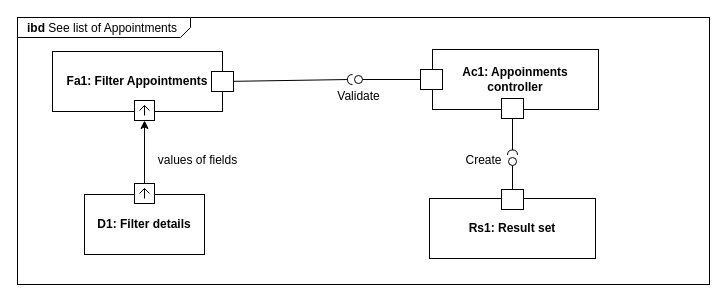
The draw.io diagram Diagrams/Development/IBD 11 - See Appointments.drawio in RafaelCMira/myclinic-msp-project, before the edit. Source tidied: cells renumbered, new cells numbered last; positions are measured from the earlier drawing's top-left corner, leaving out a move shared by most shapes. Both pictures are drawn from the tidied source at 100%, with x=0, y=0 at pixel (17, 17).
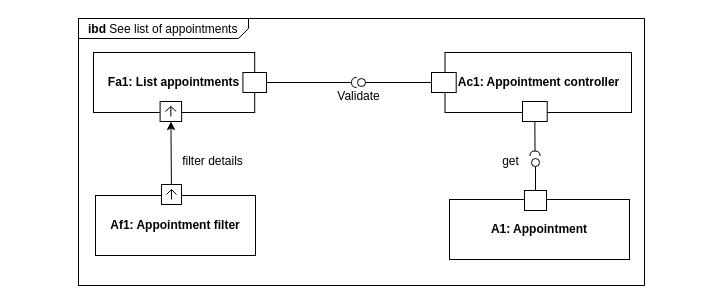
After the change.

The edit, as a diff of the source:
```diff
@@
-    <mxCell id="2" value="&lt;p style=&quot;margin:0px;margin-top:4px;margin-left:10px;text-align:left;&quot;&gt;&lt;b&gt;ibd&lt;/b&gt;&amp;nbsp;See list of Appointments&lt;/p&gt;" style="html=1;shape=mxgraph.sysml.package;labelX=173;align=left;spacingLeft=10;html=1;overflow=fill;whiteSpace=wrap;" parent="1" vertex="1">
-      <mxGeometry width="692" height="267" as="geometry" />
-    </mxCell>
-    <mxCell id="3" style="rounded=0;jettySize=auto;html=1;" parent="1" edge="1" source="6" target="20">
-      <mxGeometry relative="1" as="geometry" />
-    </mxCell>
-    <mxCell id="4" style="group;" parent="1" vertex="1">
-      <mxGeometry x="67" y="166" width="120" height="71" as="geometry" />
-    </mxCell>
-    <mxCell id="5" value="&lt;b&gt;D1: Filter details&lt;/b&gt;" style="rounded=0;whiteSpace=wrap;html=1;fillColor=none;" parent="4" vertex="1">
-      <mxGeometry y="11" width="120" height="60" as="geometry" />
-    </mxCell>
+    <mxCell id="29" value="&lt;p style=&quot;margin:0px;margin-top:4px;margin-left:10px;text-align:left;&quot;&gt;&lt;b&gt;ibd&lt;/b&gt;&amp;nbsp;See list of appointments&lt;/p&gt;" style="html=1;shape=mxgraph.sysml.package;labelX=170.57;align=left;spacingLeft=10;html=1;overflow=fill;whiteSpace=wrap;" parent="1" vertex="1">
+      <mxGeometry x="61" y="1" width="566" height="267" as="geometry" />
+    </mxCell>
+    <mxCell id="30" style="rounded=0;jettySize=auto;html=1;" parent="1" edge="1" source="6" target="43">
+      <mxGeometry relative="1" as="geometry" />
+    </mxCell>
+    <mxCell id="31" style="group;" parent="1" vertex="1">
+      <mxGeometry x="94" y="167" width="144" height="71" as="geometry" />
+    </mxCell>
+    <mxCell id="32" value="&lt;b&gt;Af1: Appointment filter&lt;/b&gt;" style="rounded=0;whiteSpace=wrap;html=1;fillColor=none;" parent="31" vertex="1">
+      <mxGeometry x="-16" y="11" width="160" height="60" as="geometry" />
+    </mxCell>
-    <mxCell id="6" style="html=1;shape=mxgraph.sysml.port;sysMLPortType=flowN;" parent="4" vertex="1">
+    <mxCell id="6" style="html=1;shape=mxgraph.sysml.port;sysMLPortType=flowN;" parent="31" vertex="1">
       <mxGeometry x="50" width="20" height="20" as="geometry" />
     </mxCell>
-    <mxCell id="7" value="values of fields" style="text;html=1;align=center;verticalAlign=middle;strokeColor=none;fillColor=none;" parent="1" vertex="1">
-      <mxGeometry x="130" y="128" width="100" height="30" as="geometry" />
-    </mxCell>
-    <mxCell id="8" style="endArrow=none;html=1;rounded=0;align=center;verticalAlign=top;endFill=0;labelBackgroundColor=none;endSize=2;" parent="1" edge="1" source="24" target="9">
-      <mxGeometry relative="1" as="geometry" />
-    </mxCell>
-    <mxCell id="9" style="ellipse;html=1;fontSize=11;align=center;fillColor=none;points=[];verticalAlign=bottom;labelPosition=center;verticalLabelPosition=top;flipH=1;" parent="1" vertex="1">
-      <mxGeometry x="337" y="58" width="8" height="8" as="geometry" />
-    </mxCell>
-    <mxCell id="10" style="endArrow=none;html=1;rounded=0;align=center;verticalAlign=top;endFill=0;labelBackgroundColor=none;endSize=2;" parent="1" edge="1" source="21" target="11">
-      <mxGeometry relative="1" as="geometry" />
-    </mxCell>
-    <mxCell id="11" style="shape=requiredInterface;html=1;fontSize=11;align=center;fillColor=none;points=[];verticalAlign=bottom;labelPosition=center;verticalLabelPosition=top;flipH=1;rotation=0;" parent="1" vertex="1">
-      <mxGeometry x="330" y="57" width="5" height="10" as="geometry" />
-    </mxCell>
+    <mxCell id="33" value="filter details" style="text;html=1;align=center;verticalAlign=middle;strokeColor=none;fillColor=none;" parent="1" vertex="1">
+      <mxGeometry x="155" y="131" width="79" height="26" as="geometry" />
+    </mxCell>
+    <mxCell id="34" style="endArrow=none;html=1;rounded=0;align=center;verticalAlign=top;endFill=0;labelBackgroundColor=none;endSize=2;" parent="1" edge="1" source="47" target="35">
+      <mxGeometry relative="1" as="geometry" />
+    </mxCell>
+    <mxCell id="35" style="ellipse;html=1;fontSize=11;align=center;fillColor=none;points=[];verticalAlign=bottom;labelPosition=center;verticalLabelPosition=top;flipH=1;" parent="1" vertex="1">
+      <mxGeometry x="340" y="61" width="8" height="8" as="geometry" />
+    </mxCell>
+    <mxCell id="36" style="endArrow=none;html=1;rounded=0;align=center;verticalAlign=top;endFill=0;labelBackgroundColor=none;endSize=2;" parent="1" edge="1" source="44" target="37">
+      <mxGeometry relative="1" as="geometry" />
+    </mxCell>
+    <mxCell id="37" style="shape=requiredInterface;html=1;fontSize=11;align=center;fillColor=none;points=[];verticalAlign=bottom;labelPosition=center;verticalLabelPosition=top;flipH=1;rotation=0;" parent="1" vertex="1">
+      <mxGeometry x="334" y="60" width="5" height="10" as="geometry" />
+    </mxCell>
@@
-    <mxCell id="13" style="endArrow=none;html=1;rounded=0;align=center;verticalAlign=top;endFill=0;labelBackgroundColor=none;endSize=2;" parent="1" edge="1" source="28" target="14">
-      <mxGeometry relative="1" as="geometry" />
-    </mxCell>
-    <mxCell id="14" style="ellipse;html=1;fontSize=11;align=center;fillColor=none;points=[];verticalAlign=bottom;labelPosition=center;verticalLabelPosition=top;flipH=1;" parent="1" vertex="1">
-      <mxGeometry x="491" y="140" width="8" height="8" as="geometry" />
-    </mxCell>
-    <mxCell id="15" style="endArrow=none;html=1;rounded=0;align=center;verticalAlign=top;endFill=0;labelBackgroundColor=none;endSize=2;" parent="1" edge="1" source="25" target="16">
-      <mxGeometry relative="1" as="geometry" />
-    </mxCell>
-    <mxCell id="16" style="shape=requiredInterface;html=1;fontSize=11;align=center;fillColor=none;points=[];verticalAlign=bottom;labelPosition=center;verticalLabelPosition=top;flipH=1;rotation=90;" parent="1" vertex="1">
-      <mxGeometry x="492.5" y="130" width="5" height="10" as="geometry" />
-    </mxCell>
-    <mxCell id="17" value="Create" style="text;html=1;align=center;verticalAlign=middle;strokeColor=none;fillColor=none;" parent="1" vertex="1">
-      <mxGeometry x="438.5" y="130" width="54" height="26" as="geometry" />
-    </mxCell>
-    <mxCell id="18" style="group;" parent="1" vertex="1">
-      <mxGeometry x="55" y="34" width="161" height="69" as="geometry" />
-    </mxCell>
-    <mxCell id="19" value="&lt;b&gt;Fa1: Filter Appointments&lt;/b&gt;" style="rounded=0;whiteSpace=wrap;html=1;fillColor=none;" parent="18" vertex="1">
-      <mxGeometry x="-20" width="170" height="60" as="geometry" />
-    </mxCell>
-    <mxCell id="20" style="html=1;shape=mxgraph.sysml.port;sysMLPortType=flowN;" parent="18" vertex="1">
-      <mxGeometry x="62" y="49" width="20" height="20" as="geometry" />
-    </mxCell>
-    <mxCell id="21" style="html=1;rounded=0;" parent="18" vertex="1">
-      <mxGeometry x="139" y="20" width="22" height="20" as="geometry" />
-    </mxCell>
-    <mxCell id="22" style="group;" parent="1" vertex="1">
-      <mxGeometry x="403" y="32" width="178" height="69" as="geometry" />
-    </mxCell>
-    <mxCell id="23" value="&lt;b&gt;Ac1: Appoinments controller&lt;/b&gt;" style="rounded=0;whiteSpace=wrap;html=1;fillColor=none;" parent="22" vertex="1">
-      <mxGeometry x="12" width="166" height="60" as="geometry" />
-    </mxCell>
-    <mxCell id="24" style="html=1;rounded=0;fillColor=default;" parent="22" vertex="1">
-      <mxGeometry y="20" width="22" height="20" as="geometry" />
-    </mxCell>
-    <mxCell id="25" style="html=1;rounded=0;" parent="22" vertex="1">
-      <mxGeometry x="81" y="49" width="22" height="20" as="geometry" />
-    </mxCell>
-    <mxCell id="26" style="group;" parent="1" vertex="1">
-      <mxGeometry x="412" y="172" width="166" height="69" as="geometry" />
-    </mxCell>
-    <mxCell id="27" value="&lt;b&gt;Rs1: Result set&lt;/b&gt;" style="rounded=0;whiteSpace=wrap;html=1;fillColor=none;" parent="26" vertex="1">
-      <mxGeometry y="9" width="166" height="60" as="geometry" />
-    </mxCell>
-    <mxCell id="28" style="html=1;rounded=0;fillColor=default;" parent="26" vertex="1">
-      <mxGeometry x="72" width="22" height="20" as="geometry" />
-    </mxCell>
+    <mxCell id="38" style="endArrow=none;html=1;rounded=0;align=center;verticalAlign=top;endFill=0;labelBackgroundColor=none;endSize=2;" parent="1" edge="1" source="48" target="39">
+      <mxGeometry relative="1" as="geometry" />
+    </mxCell>
+    <mxCell id="39" style="shape=requiredInterface;html=1;fontSize=11;align=center;fillColor=none;points=[];verticalAlign=bottom;labelPosition=center;verticalLabelPosition=top;flipH=1;rotation=90;" parent="1" vertex="1">
+      <mxGeometry x="515" y="131" width="5" height="10" as="geometry" />
+    </mxCell>
+    <mxCell id="40" value="get" style="text;html=1;align=center;verticalAlign=middle;strokeColor=none;fillColor=none;" parent="1" vertex="1">
+      <mxGeometry x="475.5" y="131" width="35" height="26" as="geometry" />
+    </mxCell>
+    <mxCell id="41" style="group;" parent="1" vertex="1">
+      <mxGeometry x="76" y="35" width="173" height="69" as="geometry" />
+    </mxCell>
+    <mxCell id="42" value="&lt;b&gt;Fa1: List appointments&lt;/b&gt;" style="rounded=0;whiteSpace=wrap;html=1;fillColor=none;" parent="41" vertex="1">
+      <mxGeometry width="161.2" height="60" as="geometry" />
+    </mxCell>
+    <mxCell id="43" style="html=1;shape=mxgraph.sysml.port;sysMLPortType=flowN;" parent="41" vertex="1">
+      <mxGeometry x="66.6" y="49" width="21.5" height="20" as="geometry" />
+    </mxCell>
+    <mxCell id="44" style="html=1;rounded=0;" parent="41" vertex="1">
+      <mxGeometry x="149.4" y="20" width="23.6" height="20" as="geometry" />
+    </mxCell>
+    <mxCell id="45" style="group;" parent="1" vertex="1">
+      <mxGeometry x="414" y="35" width="200" height="69" as="geometry" />
+    </mxCell>
+    <mxCell id="46" value="&lt;b&gt;Ac1: Appointment controller&lt;/b&gt;" style="rounded=0;whiteSpace=wrap;html=1;fillColor=none;" parent="45" vertex="1">
+      <mxGeometry x="13.5" width="186.5" height="60" as="geometry" />
+    </mxCell>
+    <mxCell id="47" style="html=1;rounded=0;fillColor=default;" parent="45" vertex="1">
+      <mxGeometry y="20" width="24.7" height="20" as="geometry" />
+    </mxCell>
+    <mxCell id="48" style="html=1;rounded=0;" parent="45" vertex="1">
+      <mxGeometry x="91" y="49" width="24.7" height="20" as="geometry" />
+    </mxCell>
+    <mxCell id="49" style="group;" parent="1" vertex="1">
+      <mxGeometry x="439" y="173" width="173" height="69" as="geometry" />
+    </mxCell>
+    <mxCell id="50" value="&lt;b&gt;A1: Appointment&lt;/b&gt;" style="rounded=0;whiteSpace=wrap;html=1;fillColor=none;" parent="49" vertex="1">
+      <mxGeometry x="-7" y="9" width="180" height="60" as="geometry" />
+    </mxCell>
+    <mxCell id="51" style="endArrow=none;html=1;rounded=0;align=center;verticalAlign=top;endFill=0;labelBackgroundColor=none;endSize=2;" parent="49" edge="1" source="53" target="52">
+      <mxGeometry relative="1" as="geometry" />
+    </mxCell>
+    <mxCell id="52" style="ellipse;html=1;fontSize=11;align=center;fillColor=none;points=[];verticalAlign=bottom;labelPosition=center;verticalLabelPosition=top;flipH=1;" parent="49" vertex="1">
+      <mxGeometry x="75" y="-32" width="8" height="8" as="geometry" />
+    </mxCell>
+    <mxCell id="53" style="html=1;rounded=0;fillColor=default;" parent="49" vertex="1">
+      <mxGeometry x="68" width="22" height="20" as="geometry" />
+    </mxCell>
```
